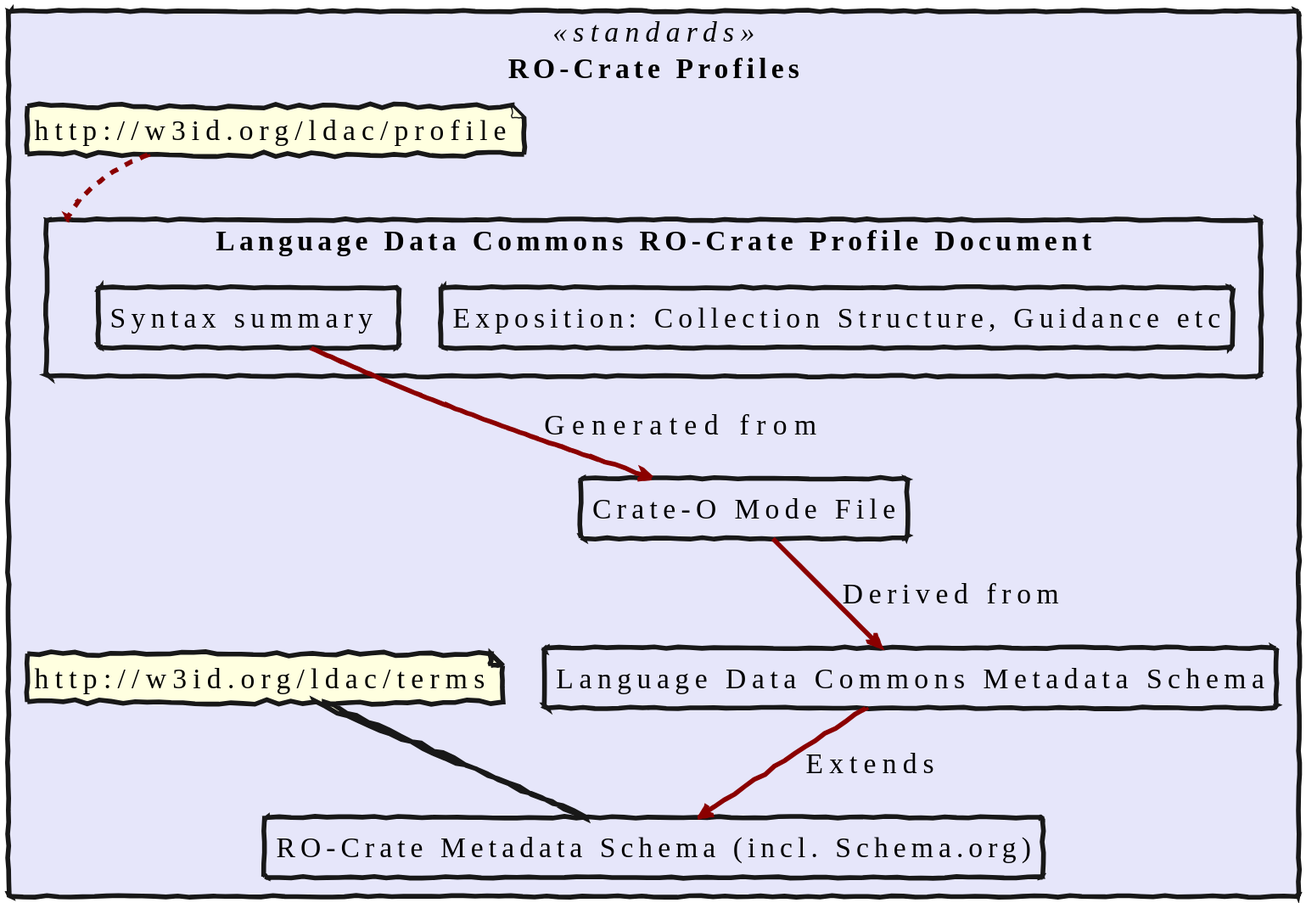
Before: crate-o/standards.svg, a diagram exported from PlantUML (Language-Research-Technology/plantuml-diagrams). Its diagram source:
```plantuml
@startuml
!include_many ../data-management-style.txt


rectangle "RO-Crate Profiles" <<standards>> {
    rectangle "Language Data Commons RO-Crate Profile Document" as prof {
            rectangle "Exposition: Collection Structure, Guidance etc"
            rectangle "Syntax summary " as rules
    }


       rectangle "Crate-O Mode File" as eprof
       rectangle "Language Data Commons Metadata Schema" as lsoss
       rectangle "RO-Crate Metadata Schema (incl. Schema.org)" as soss
note top of prof: http://w3id.org/ldac/profile
note top of soss: http://w3id.org/ldac/terms
    }



eprof -down-> lsoss : Derived from
lsoss -down-> soss : Extends
rules -down-> eprof : Generated from
@enduml
```
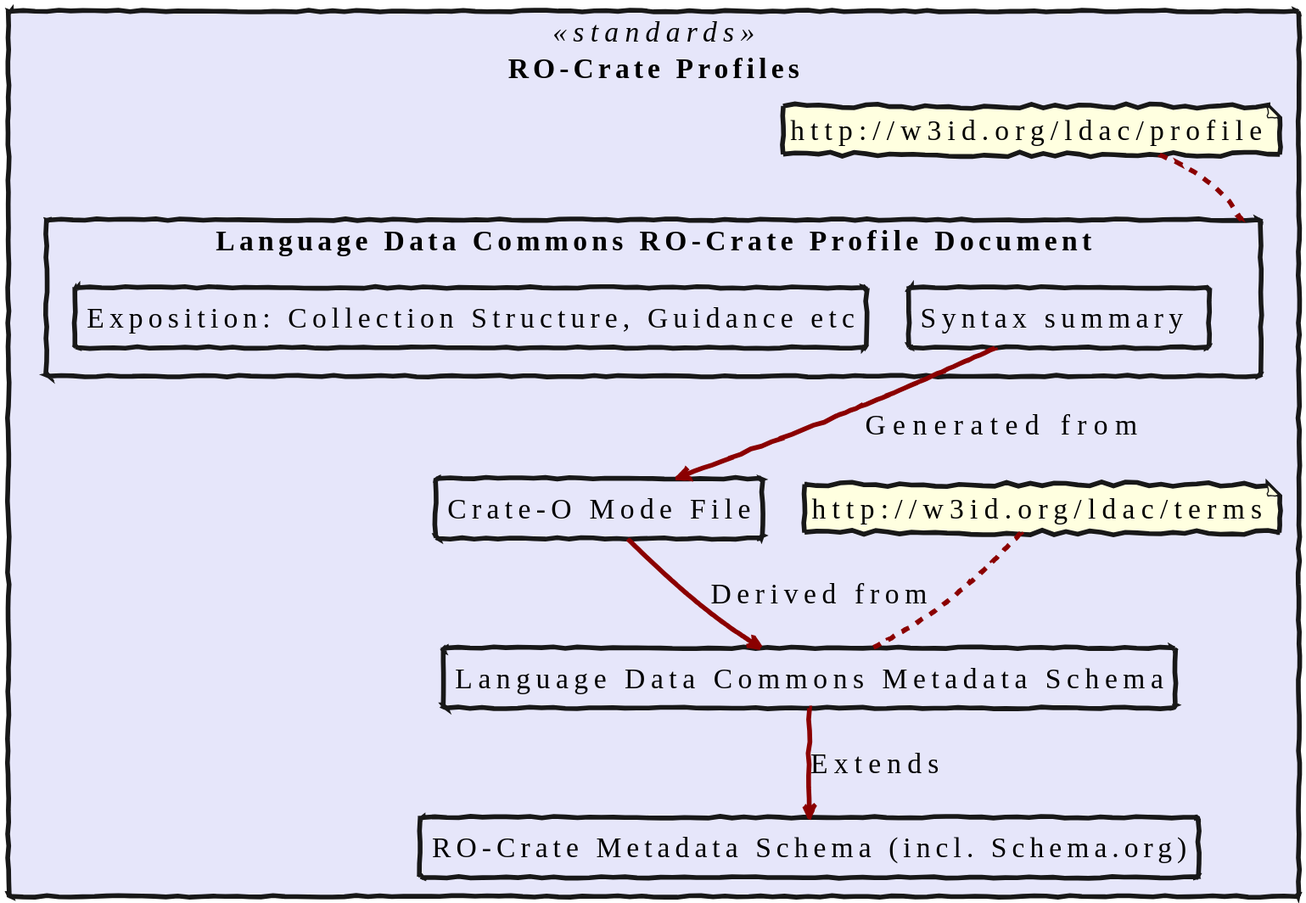
The same file after the commit.

What changed in the source:
```diff
@@ -13,7 +13,7 @@
        rectangle "Language Data Commons Metadata Schema" as lsoss
        rectangle "RO-Crate Metadata Schema (incl. Schema.org)" as soss
 note top of prof: http://w3id.org/ldac/profile
-note top of soss: http://w3id.org/ldac/terms
+note top of lsoss: http://w3id.org/ldac/terms
     }
 
 
```
